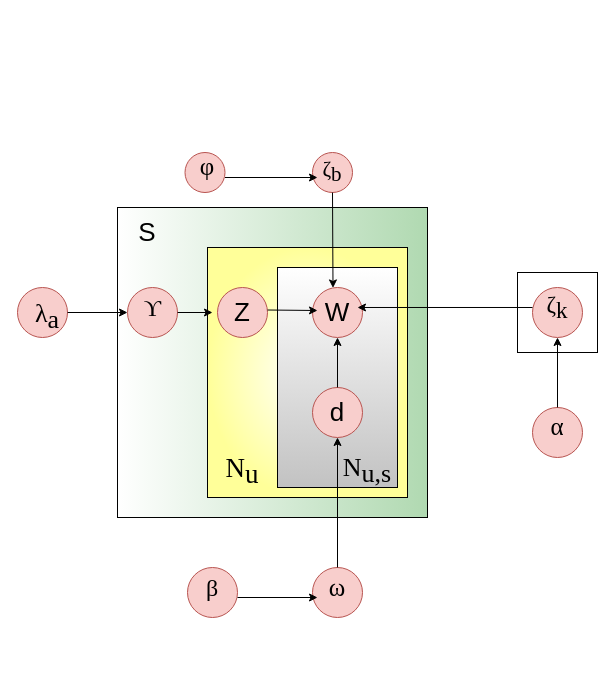
The draw.io diagram images/LDA.drawio in HabibRh26/EMK_SessionAndroid, before the edit. Source tidied: cells renumbered, new cells numbered last; positions are measured from the earlier drawing's top-left corner, leaving out a move shared by most shapes. Both pictures are drawn from the tidied source at 100%, with x=0, y=0 at pixel (17, 152).
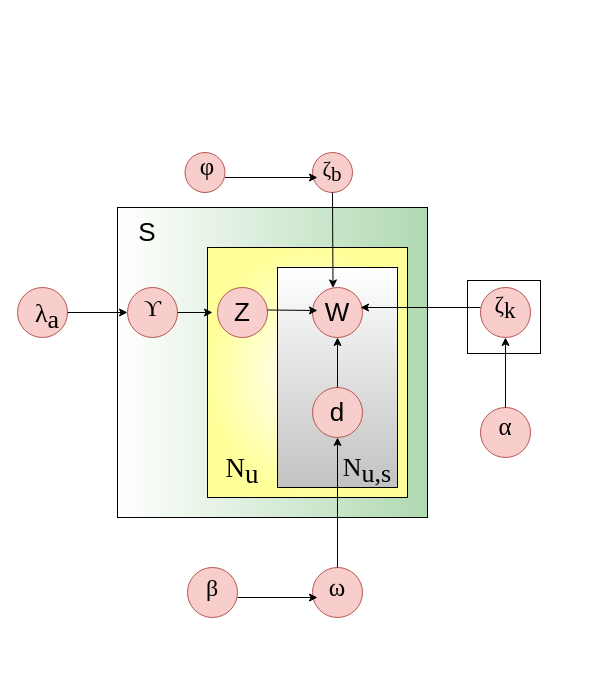
The same page after the edit.

Unchanged cells that the change refers to:
```xml
<mxCell id="25" value="W" style="text;html=1;strokeColor=none;fillColor=none;align=center;verticalAlign=middle;whiteSpace=wrap;rounded=0;strokeWidth=2;fontSize=26;" parent="1" vertex="1">
  <mxGeometry x="290" y="145" width="60" height="30" as="geometry" />
</mxCell>
```

Diff of the diagram source:
```diff
@@
     <mxCell id="5" style="whiteSpace=wrap;html=1;" parent="1" vertex="1">
-      <mxGeometry x="500" y="120" width="80" height="80" as="geometry" />
+      <mxGeometry x="450" y="128" width="73" height="73" as="geometry" />
     </mxCell>
@@
     <mxCell id="10" style="ellipse;whiteSpace=wrap;html=1;fillColor=#f8cecc;strokeColor=#b85450;" parent="1" vertex="1">
-      <mxGeometry x="515" y="135" width="50" height="50" as="geometry" />
+      <mxGeometry x="463" y="135" width="50" height="50" as="geometry" />
     </mxCell>
@@
     <mxCell id="12" style="ellipse;whiteSpace=wrap;html=1;fillColor=#f8cecc;strokeColor=#b85450;" parent="1" vertex="1">
-      <mxGeometry x="515" y="255" width="50" height="50" as="geometry" />
+      <mxGeometry x="463" y="255" width="50" height="50" as="geometry" />
     </mxCell>
@@
-    <mxCell id="17" value="&lt;font style=&quot;font-size: 24px;&quot;&gt;&lt;br&gt;&lt;br&gt;&lt;br&gt;&lt;/font&gt;&#9;&lt;font style=&quot;font-size: 24px;&quot;&gt;&lt;br&gt;&lt;/font&gt;&#9;&lt;font style=&quot;font-size: 24px;&quot;&gt;&lt;br&gt;&lt;/font&gt;&#9;&lt;font style=&quot;font-size: 24px;&quot;&gt;&lt;br&gt;&lt;/font&gt;&#9;&lt;font style=&quot;font-size: 24px;&quot;&gt;&lt;br&gt;&lt;br&gt;&lt;/font&gt;&lt;p style=&quot;line-height: 100%; margin-bottom: 0in; font-size: 24px;&quot;&gt;&lt;font style=&quot;font-size: 24px;&quot;&gt;&lt;br&gt;&lt;font style=&quot;font-size: 24px;&quot;&gt;&lt;font style=&quot;font-size: 24px;&quot; face=&quot;Liberation Serif, serif&quot;&gt;ϒ&lt;/font&gt;&lt;/font&gt;&lt;/font&gt;&lt;/p&gt;&lt;font style=&quot;font-size: 24px;&quot;&gt;&lt;br&gt;&lt;br&gt;&lt;/font&gt;" style="text;html=1;strokeColor=none;fillColor=none;align=center;verticalAlign=middle;whiteSpace=wrap;rounded=0;fontSize=22;" parent="1" vertex="1">
+    <mxCell id="17" value="&lt;font style=&quot;font-size: 24px;&quot;&gt;&lt;br&gt;&lt;br&gt;&lt;br&gt;&lt;/font&gt; &lt;font style=&quot;font-size: 24px;&quot;&gt;&lt;br&gt;&lt;/font&gt; &lt;font style=&quot;font-size: 24px;&quot;&gt;&lt;br&gt;&lt;/font&gt; &lt;font style=&quot;font-size: 24px;&quot;&gt;&lt;br&gt;&lt;/font&gt; &lt;font style=&quot;font-size: 24px;&quot;&gt;&lt;br&gt;&lt;br&gt;&lt;/font&gt;&lt;p style=&quot;line-height: 100%; margin-bottom: 0in; font-size: 24px;&quot;&gt;&lt;font style=&quot;font-size: 24px;&quot;&gt;&lt;br&gt;&lt;font style=&quot;font-size: 24px;&quot;&gt;&lt;font style=&quot;font-size: 24px;&quot; face=&quot;Liberation Serif, serif&quot;&gt;ϒ&lt;/font&gt;&lt;/font&gt;&lt;/font&gt;&lt;/p&gt;&lt;font style=&quot;font-size: 24px;&quot;&gt;&lt;br&gt;&lt;br&gt;&lt;/font&gt;" style="text;html=1;strokeColor=none;fillColor=none;align=center;verticalAlign=middle;whiteSpace=wrap;rounded=0;fontSize=22;" parent="1" vertex="1">
       <mxGeometry x="102.5" y="25" width="65" height="40" as="geometry" />
     </mxCell>
@@
     <mxCell id="20" value="&lt;p style=&quot;line-height: 100%; margin-bottom: 0in; font-size: 25px;&quot;&gt;&lt;font style=&quot;font-size: 25px;&quot;&gt;&lt;br&gt;&lt;font style=&quot;font-size: 25px;&quot;&gt;&lt;font style=&quot;font-size: 25px;&quot; face=&quot;Liberation Serif, serif&quot;&gt;α&lt;/font&gt;&lt;/font&gt;&lt;/font&gt;&lt;/p&gt;&lt;font style=&quot;font-size: 25px;&quot;&gt;&lt;br&gt;&lt;br&gt;&lt;/font&gt;" style="text;html=1;strokeColor=none;fillColor=none;align=center;verticalAlign=middle;whiteSpace=wrap;rounded=0;strokeWidth=2;fontSize=24;" parent="1" vertex="1">
-      <mxGeometry x="510" y="265" width="60" height="30" as="geometry" />
+      <mxGeometry x="458" y="265" width="60" height="30" as="geometry" />
     </mxCell>
@@
     <mxCell id="22" value="&lt;p style=&quot;line-height: 100%; margin-bottom: 0in; font-size: 23px;&quot;&gt;&lt;font style=&quot;font-size: 23px;&quot;&gt;&lt;br&gt;&lt;font style=&quot;font-size: 23px;&quot;&gt;&lt;font style=&quot;font-size: 23px;&quot; face=&quot;Liberation Serif, serif&quot;&gt;ζ&lt;/font&gt;&lt;sub&gt;&lt;font style=&quot;font-size: 23px;&quot; face=&quot;Liberation Serif, serif&quot;&gt;k&lt;/font&gt;&lt;/sub&gt;&lt;/font&gt;&lt;/font&gt;&lt;/p&gt;&lt;font style=&quot;font-size: 23px;&quot;&gt;&lt;br&gt;&lt;br&gt;&lt;/font&gt;" style="text;html=1;strokeColor=none;fillColor=none;align=center;verticalAlign=middle;whiteSpace=wrap;rounded=0;strokeWidth=2;fontSize=21;" parent="1" vertex="1">
-      <mxGeometry x="510" y="145" width="60" height="30" as="geometry" />
+      <mxGeometry x="458" y="145" width="60" height="30" as="geometry" />
     </mxCell>
@@
     <mxCell id="36" style="endArrow=classic;html=1;rounded=0;fontSize=26;entryX=0.5;entryY=1;entryDx=0;entryDy=0;" parent="1" edge="1" target="10">
       <mxGeometry relative="1" as="geometry">
-        <mxPoint x="540" y="255" as="sourcePoint" />
+        <mxPoint x="488" y="255" as="sourcePoint" />
       </mxGeometry>
     </mxCell>
-    <mxCell id="37" style="endArrow=classic;html=1;rounded=0;fontSize=26;entryX=0.833;entryY=0.333;entryDx=0;entryDy=0;entryPerimeter=0;" parent="1" edge="1" target="25">
+    <mxCell id="37" style="endArrow=classic;html=1;rounded=0;fontSize=26;entryX=0.833;entryY=0.333;entryDx=0;entryDy=0;entryPerimeter=0;" parent="1" edge="1">
       <mxGeometry relative="1" as="geometry">
-        <mxPoint x="515" y="155" as="sourcePoint" />
+        <mxPoint x="463" y="155" as="sourcePoint" />
+        <mxPoint x="343" y="155" as="targetPoint" />
       </mxGeometry>
     </mxCell>
```
